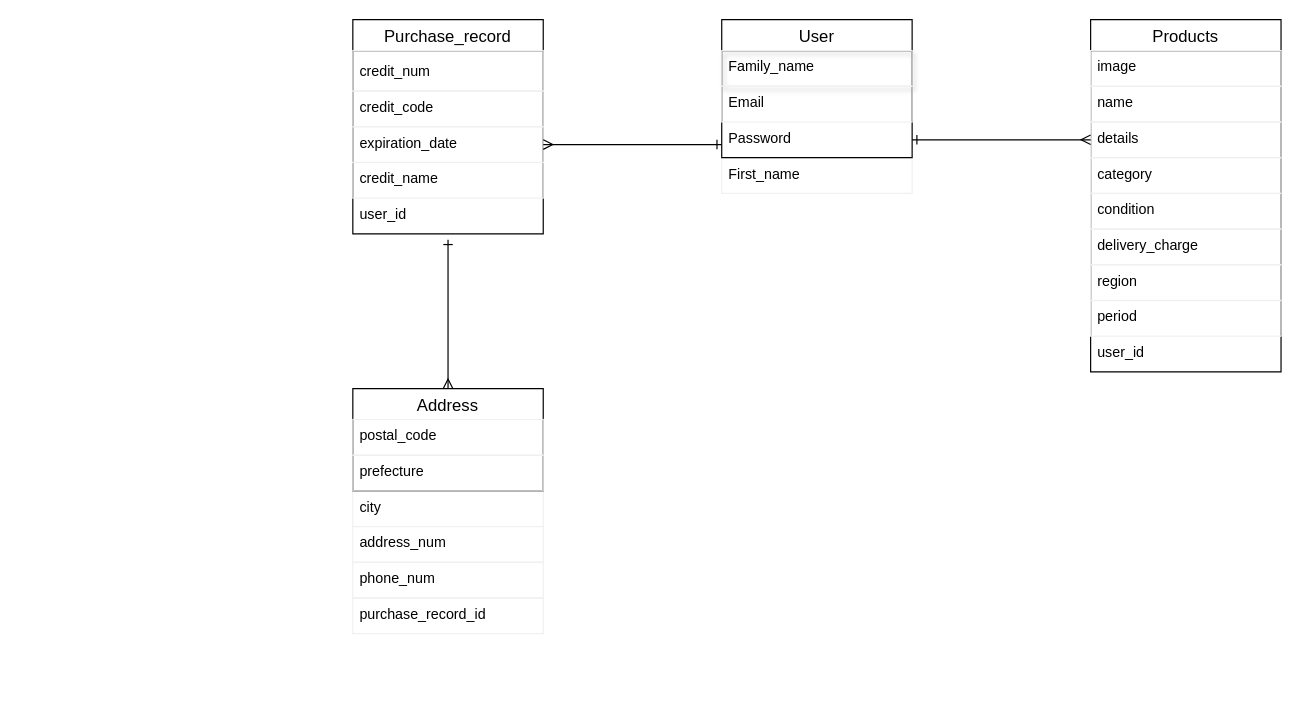
Earlier version of the draw.io diagram furima.dio (class-Kazushi/furima-30616). Source tidied: cells renumbered, new cells numbered last; positions are measured from the earlier drawing's top-left corner, leaving out a move shared by most shapes. Both pictures are drawn from the tidied source at 119%, with x=0, y=0 at pixel (352, 19).
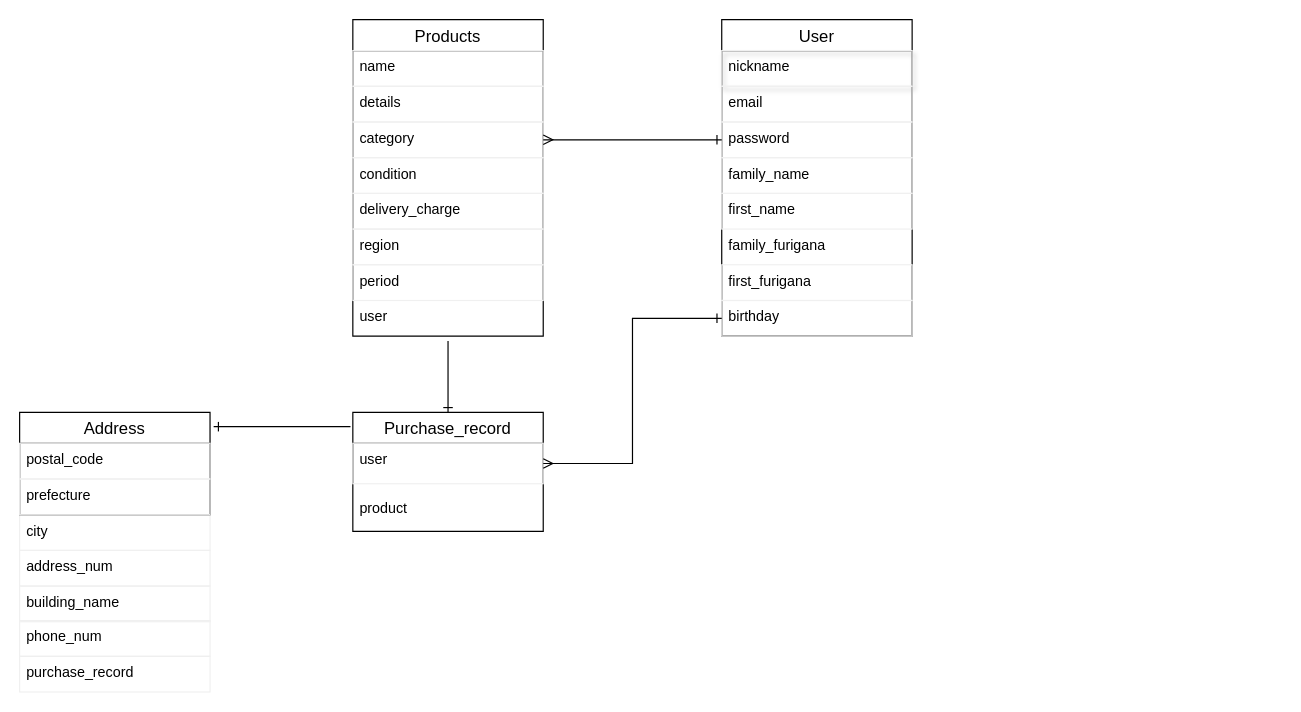
The same diagram, later.

Commit message (it also covers changes not shown here):
ER図、READMEの作成　修正

Change to the diagram source:
```diff
@@
-    <mxCell id="2" value="city" style="text;fillColor=none;spacingLeft=4;spacingRight=4;overflow=hidden;fontSize=12;strokeColor=#f0f0f0;" parent="1" vertex="1">
-      <mxGeometry y="396" width="160" height="30" as="geometry" />
-    </mxCell>
-    <mxCell id="3" value="address_num" style="text;fillColor=none;spacingLeft=4;spacingRight=4;overflow=hidden;fontSize=12;strokeColor=#f0f0f0;" parent="1" vertex="1">
-      <mxGeometry y="426" width="160" height="30" as="geometry" />
-    </mxCell>
-    <mxCell id="4" value="phone_num" style="text;fillColor=none;spacingLeft=4;spacingRight=4;overflow=hidden;fontSize=12;strokeColor=#f0f0f0;" parent="1" vertex="1">
-      <mxGeometry y="456" width="160" height="30" as="geometry" />
-    </mxCell>
-    <mxCell id="5" value="purchase_record_id" style="text;fillColor=none;spacingLeft=4;spacingRight=4;overflow=hidden;fontSize=12;strokeColor=#f0f0f0;" parent="1" vertex="1">
-      <mxGeometry y="486" width="160" height="30" as="geometry" />
-    </mxCell>
-    <mxCell id="6" value="First_name" style="text;fillColor=none;spacingLeft=4;spacingRight=4;overflow=hidden;fontSize=12;strokeColor=#f0f0f0;" parent="1" vertex="1">
-      <mxGeometry x="310" y="116" width="160" height="30" as="geometry" />
-    </mxCell>
-    <mxCell id="7" value="Purchase_record" style="swimlane;fontStyle=0;horizontal=1;startSize=26;align=center;fontSize=14;" parent="1" vertex="1">
-      <mxGeometry width="160" height="180" as="geometry" />
-    </mxCell>
-    <mxCell id="8" value="credit_num" style="text;spacingLeft=4;spacingRight=4;overflow=hidden;fontSize=12;verticalAlign=middle;strokeColor=#f0f0f0;" parent="7" vertex="1">
-      <mxGeometry y="26" width="160" height="34" as="geometry" />
-    </mxCell>
-    <mxCell id="9" value="credit_code" style="text;spacingLeft=4;spacingRight=4;overflow=hidden;fontSize=12;strokeColor=#f0f0f0;" parent="7" vertex="1">
-      <mxGeometry y="60" width="160" height="30" as="geometry" />
-    </mxCell>
-    <mxCell id="10" value="expiration_date" style="text;fillColor=none;spacingLeft=4;spacingRight=4;overflow=hidden;points=[[0,0.5],[1,0.5]];portConstraint=eastwest;fontSize=12;strokeColor=#f0f0f0;" parent="7" vertex="1">
-      <mxGeometry y="90" width="160" height="30" as="geometry" />
-    </mxCell>
-    <mxCell id="11" value="credit_name" style="text;fillColor=none;spacingLeft=4;spacingRight=4;overflow=hidden;fontSize=12;strokeColor=#f0f0f0;" parent="7" vertex="1">
-      <mxGeometry y="120" width="160" height="30" as="geometry" />
-    </mxCell>
-    <mxCell id="12" value="user_id" style="text;strokeColor=none;fillColor=none;spacingLeft=4;spacingRight=4;overflow=hidden;points=[[0,0.5],[1,0.5]];portConstraint=eastwest;fontSize=12;" parent="7" vertex="1">
-      <mxGeometry y="150" width="160" height="30" as="geometry" />
-    </mxCell>
-    <mxCell id="13" style="edgeStyle=elbowEdgeStyle;rounded=0;jettySize=auto;html=1;exitX=0.5;exitY=0;exitDx=0;exitDy=0;entryX=0.5;entryY=1.167;entryDx=0;entryDy=0;entryPerimeter=0;startArrow=ERmany;startFill=0;endArrow=ERone;endFill=0;" parent="1" edge="1" source="14" target="12">
-      <mxGeometry relative="1" as="geometry" />
-    </mxCell>
-    <mxCell id="14" value="Address" style="swimlane;fontStyle=0;horizontal=1;startSize=26;align=center;fontSize=14;" parent="1" vertex="1">
-      <mxGeometry y="310" width="160" height="86" as="geometry" />
-    </mxCell>
-    <mxCell id="15" value="postal_code" style="text;fillColor=none;spacingLeft=4;spacingRight=4;overflow=hidden;fontSize=12;strokeColor=#f0f0f0;" parent="14" vertex="1">
-      <mxGeometry y="26" width="160" height="30" as="geometry" />
-    </mxCell>
-    <mxCell id="16" value="prefecture" style="text;fillColor=none;spacingLeft=4;spacingRight=4;overflow=hidden;fontSize=12;strokeColor=#f0f0f0;" parent="14" vertex="1">
-      <mxGeometry y="56" width="160" height="30" as="geometry" />
-    </mxCell>
-    <mxCell id="17" style="edgeStyle=elbowEdgeStyle;rounded=0;jettySize=auto;html=1;exitX=1;exitY=0.5;exitDx=0;exitDy=0;startArrow=ERmany;startFill=0;endArrow=ERone;endFill=0;" parent="1" edge="1" source="10">
-      <mxGeometry relative="1" as="geometry">
-        <mxPoint x="310" y="105" as="targetPoint" />
-      </mxGeometry>
-    </mxCell>
-    <mxCell id="18" value="User" style="swimlane;fontStyle=0;horizontal=1;startSize=26;align=center;fontSize=14;" parent="1" vertex="1">
-      <mxGeometry x="310" width="160" height="116" as="geometry" />
-    </mxCell>
-    <mxCell id="19" value="Family_name" style="text;fillColor=none;spacingLeft=4;spacingRight=4;overflow=hidden;fontSize=12;shadow=1;labelBorderColor=none;strokeColor=#f0f0f0;" parent="18" vertex="1">
-      <mxGeometry y="26" width="160" height="30" as="geometry" />
-    </mxCell>
-    <mxCell id="20" value="Email" style="text;fillColor=none;spacingLeft=4;spacingRight=4;overflow=hidden;fontSize=12;strokeColor=#f0f0f0;" parent="18" vertex="1">
-      <mxGeometry y="56" width="160" height="30" as="geometry" />
-    </mxCell>
-    <mxCell id="21" value="Password" style="text;strokeColor=none;fillColor=none;spacingLeft=4;spacingRight=4;overflow=hidden;points=[[0,0.5],[1,0.5]];portConstraint=eastwest;fontSize=12;" parent="18" vertex="1">
-      <mxGeometry y="86" width="160" height="30" as="geometry" />
-    </mxCell>
     <mxCell id="22" value="Products" style="swimlane;fontStyle=0;horizontal=1;startSize=26;align=center;fontSize=14;" parent="1" vertex="1">
-      <mxGeometry x="620" width="160" height="296" as="geometry" />
+      <mxGeometry width="160" height="266" as="geometry" />
     </mxCell>
-    <mxCell id="23" value="image" style="text;fillColor=none;spacingLeft=4;spacingRight=4;overflow=hidden;fontSize=12;strokeColor=#f0f0f0;" parent="22" vertex="1">
-      <mxGeometry y="26" width="160" height="30" as="geometry" />
-    </mxCell>
     <mxCell id="24" value="name" style="text;fillColor=none;spacingLeft=4;spacingRight=4;overflow=hidden;fontSize=12;strokeColor=#f0f0f0;" parent="22" vertex="1">
-      <mxGeometry y="56" width="160" height="30" as="geometry" />
+      <mxGeometry y="26" width="160" height="30" as="geometry" />
     </mxCell>
     <mxCell id="25" value="details" style="text;fillColor=none;spacingLeft=4;spacingRight=4;overflow=hidden;points=[[0,0.5],[1,0.5]];portConstraint=eastwest;fontSize=12;strokeColor=#f0f0f0;" parent="22" vertex="1">
-      <mxGeometry y="86" width="160" height="30" as="geometry" />
+      <mxGeometry y="56" width="160" height="30" as="geometry" />
     </mxCell>
     <mxCell id="26" value="category" style="text;fillColor=none;spacingLeft=4;spacingRight=4;overflow=hidden;points=[[0,0.5],[1,0.5]];portConstraint=eastwest;fontSize=12;strokeColor=#f0f0f0;" parent="22" vertex="1">
-      <mxGeometry y="116" width="160" height="30" as="geometry" />
+      <mxGeometry y="86" width="160" height="30" as="geometry" />
     </mxCell>
     <mxCell id="27" value="condition" style="text;fillColor=none;spacingLeft=4;spacingRight=4;overflow=hidden;fontSize=12;strokeColor=#f0f0f0;" parent="22" vertex="1">
-      <mxGeometry y="146" width="160" height="30" as="geometry" />
+      <mxGeometry y="116" width="160" height="30" as="geometry" />
     </mxCell>
     <mxCell id="28" value="delivery_charge" style="text;fillColor=none;spacingLeft=4;spacingRight=4;overflow=hidden;fontSize=12;strokeColor=#f0f0f0;" parent="22" vertex="1">
-      <mxGeometry y="176" width="160" height="30" as="geometry" />
+      <mxGeometry y="146" width="160" height="30" as="geometry" />
     </mxCell>
     <mxCell id="29" value="region" style="text;fillColor=none;spacingLeft=4;spacingRight=4;overflow=hidden;fontSize=12;strokeColor=#f0f0f0;" parent="22" vertex="1">
-      <mxGeometry y="206" width="160" height="30" as="geometry" />
+      <mxGeometry y="176" width="160" height="30" as="geometry" />
     </mxCell>
     <mxCell id="30" value="period" style="text;fillColor=none;spacingLeft=4;spacingRight=4;overflow=hidden;fontSize=12;strokeColor=#f0f0f0;" parent="22" vertex="1">
-      <mxGeometry y="236" width="160" height="30" as="geometry" />
+      <mxGeometry y="206" width="160" height="30" as="geometry" />
     </mxCell>
-    <mxCell id="31" value="user_id" style="text;strokeColor=none;fillColor=none;spacingLeft=4;spacingRight=4;overflow=hidden;fontSize=12;" parent="22" vertex="1">
-      <mxGeometry y="266" width="160" height="30" as="geometry" />
+    <mxCell id="31" value="user" style="text;strokeColor=none;fillColor=none;spacingLeft=4;spacingRight=4;overflow=hidden;fontSize=12;" parent="22" vertex="1">
+      <mxGeometry y="236" width="160" height="30" as="geometry" />
     </mxCell>
-    <mxCell id="32" style="edgeStyle=elbowEdgeStyle;rounded=0;jettySize=auto;html=1;exitX=1;exitY=0.5;exitDx=0;exitDy=0;entryX=0;entryY=0.5;entryDx=0;entryDy=0;startArrow=ERone;startFill=0;endArrow=ERmany;endFill=0;" parent="1" edge="1" source="21" target="25">
-      <mxGeometry relative="1" as="geometry" />
-    </mxCell>
+    <mxCell id="2" value="city" style="text;fillColor=none;spacingLeft=4;spacingRight=4;overflow=hidden;fontSize=12;strokeColor=#f0f0f0;" parent="1" vertex="1">
+      <mxGeometry x="-280" y="416" width="160" height="30" as="geometry" />
+    </mxCell>
+    <mxCell id="3" value="address_num" style="text;fillColor=none;spacingLeft=4;spacingRight=4;overflow=hidden;fontSize=12;strokeColor=#f0f0f0;" parent="1" vertex="1">
+      <mxGeometry x="-280" y="446" width="160" height="30" as="geometry" />
+    </mxCell>
+    <mxCell id="4" value="phone_num" style="text;fillColor=none;spacingLeft=4;spacingRight=4;overflow=hidden;fontSize=12;strokeColor=#f0f0f0;" parent="1" vertex="1">
+      <mxGeometry x="-280" y="505" width="160" height="30" as="geometry" />
+    </mxCell>
+    <mxCell id="5" value="purchase_record" style="text;fillColor=none;spacingLeft=4;spacingRight=4;overflow=hidden;fontSize=12;strokeColor=#f0f0f0;" parent="1" vertex="1">
+      <mxGeometry x="-280" y="535" width="160" height="30" as="geometry" />
+    </mxCell>
+    <mxCell id="18" value="User" style="swimlane;fontStyle=0;horizontal=1;startSize=26;align=center;fontSize=14;" parent="1" vertex="1">
+      <mxGeometry x="310" width="160" height="266" as="geometry" />
+    </mxCell>
+    <mxCell id="19" value="nickname" style="text;fillColor=none;spacingLeft=4;spacingRight=4;overflow=hidden;fontSize=12;shadow=1;labelBorderColor=none;strokeColor=#f0f0f0;" parent="18" vertex="1">
+      <mxGeometry y="26" width="160" height="30" as="geometry" />
+    </mxCell>
+    <mxCell id="20" value="email" style="text;fillColor=none;spacingLeft=4;spacingRight=4;overflow=hidden;fontSize=12;strokeColor=#f0f0f0;" parent="18" vertex="1">
+      <mxGeometry y="56" width="160" height="30" as="geometry" />
+    </mxCell>
+    <mxCell id="21" value="password" style="text;fillColor=none;spacingLeft=4;spacingRight=4;overflow=hidden;points=[[0,0.5],[1,0.5]];portConstraint=eastwest;fontSize=12;strokeColor=#f0f0f0;" parent="18" vertex="1">
+      <mxGeometry y="86" width="160" height="30" as="geometry" />
+    </mxCell>
+    <mxCell id="33" value="family_name" style="text;fillColor=none;spacingLeft=4;spacingRight=4;overflow=hidden;fontSize=12;strokeColor=#f0f0f0;" parent="18" vertex="1">
+      <mxGeometry y="116" width="160" height="30" as="geometry" />
+    </mxCell>
+    <mxCell id="6" value="first_name" style="text;fillColor=none;spacingLeft=4;spacingRight=4;overflow=hidden;fontSize=12;strokeColor=#f0f0f0;" parent="18" vertex="1">
+      <mxGeometry y="146" width="160" height="30" as="geometry" />
+    </mxCell>
+    <mxCell id="34" value="family_furigana" style="text;strokeColor=none;fillColor=none;spacingLeft=4;spacingRight=4;overflow=hidden;fontSize=12;" parent="18" vertex="1">
+      <mxGeometry y="176" width="160" height="30" as="geometry" />
+    </mxCell>
+    <mxCell id="35" value="first_furigana" style="text;fillColor=none;spacingLeft=4;spacingRight=4;overflow=hidden;fontSize=12;strokeColor=#f0f0f0;" parent="18" vertex="1">
+      <mxGeometry y="206" width="160" height="30" as="geometry" />
+    </mxCell>
+    <mxCell id="36" value="birthday" style="text;fillColor=none;spacingLeft=4;spacingRight=4;overflow=hidden;points=[[0,0.5],[1,0.5]];portConstraint=eastwest;fontSize=12;strokeColor=#f0f0f0;" parent="18" vertex="1">
+      <mxGeometry y="236" width="160" height="30" as="geometry" />
+    </mxCell>
+    <mxCell id="37" style="edgeStyle=elbowEdgeStyle;rounded=0;jettySize=auto;elbow=vertical;html=1;exitX=0.5;exitY=0;exitDx=0;exitDy=0;startArrow=ERone;startFill=0;endArrow=none;endFill=0;" parent="1" edge="1" source="7">
+      <mxGeometry relative="1" as="geometry">
+        <mxPoint x="80" y="270" as="targetPoint" />
+      </mxGeometry>
+    </mxCell>
+    <mxCell id="7" value="Purchase_record" style="swimlane;fontStyle=0;horizontal=1;startSize=26;align=center;fontSize=14;" parent="1" vertex="1">
+      <mxGeometry y="330" width="160" height="100" as="geometry" />
+    </mxCell>
+    <mxCell id="12" value="user" style="text;fillColor=none;spacingLeft=4;spacingRight=4;overflow=hidden;points=[[0,0.5],[1,0.5]];portConstraint=eastwest;fontSize=12;strokeColor=#f0f0f0;" parent="7" vertex="1">
+      <mxGeometry y="26" width="160" height="34" as="geometry" />
+    </mxCell>
+    <mxCell id="38" value="product" style="text;strokeColor=none;fillColor=none;spacingLeft=4;spacingRight=4;overflow=hidden;fontSize=12;align=left;verticalAlign=middle;" parent="7" vertex="1">
+      <mxGeometry y="60" width="160" height="40" as="geometry" />
+    </mxCell>
+    <mxCell id="39" style="edgeStyle=elbowEdgeStyle;rounded=0;jettySize=auto;elbow=vertical;html=1;exitX=0;exitY=0.5;exitDx=0;exitDy=0;entryX=1;entryY=0.5;entryDx=0;entryDy=0;startArrow=ERone;startFill=0;endArrow=ERmany;endFill=0;" parent="1" edge="1" source="21" target="26">
+      <mxGeometry relative="1" as="geometry" />
+    </mxCell>
+    <mxCell id="40" style="edgeStyle=elbowEdgeStyle;rounded=0;jettySize=auto;html=1;exitX=1;exitY=0.5;exitDx=0;exitDy=0;startArrow=ERmany;startFill=0;endArrow=ERone;endFill=0;" parent="1" edge="1" source="12" target="36">
+      <mxGeometry relative="1" as="geometry" />
+    </mxCell>
+    <mxCell id="41" value="building_name" style="text;fillColor=none;spacingLeft=4;spacingRight=4;overflow=hidden;fontSize=12;strokeColor=#f0f0f0;" parent="1" vertex="1">
+      <mxGeometry x="-280" y="476" width="160" height="30" as="geometry" />
+    </mxCell>
+    <mxCell id="42" style="edgeStyle=elbowEdgeStyle;rounded=0;jettySize=auto;html=1;entryX=1.019;entryY=0.14;entryDx=0;entryDy=0;entryPerimeter=0;startArrow=none;startFill=0;endArrow=ERone;endFill=0;" parent="1" edge="1" target="14">
+      <mxGeometry relative="1" as="geometry">
+        <mxPoint x="-2" y="342" as="sourcePoint" />
+        <Array as="points">
+          <mxPoint x="-20" y="350" />
+        </Array>
+      </mxGeometry>
+    </mxCell>
+    <mxCell id="14" value="Address" style="swimlane;fontStyle=0;horizontal=1;startSize=26;align=center;fontSize=14;" parent="1" vertex="1">
+      <mxGeometry x="-280" y="330" width="160" height="86" as="geometry" />
+    </mxCell>
+    <mxCell id="15" value="postal_code" style="text;fillColor=none;spacingLeft=4;spacingRight=4;overflow=hidden;fontSize=12;strokeColor=#f0f0f0;" parent="14" vertex="1">
+      <mxGeometry y="26" width="160" height="30" as="geometry" />
+    </mxCell>
+    <mxCell id="16" value="prefecture" style="text;fillColor=none;spacingLeft=4;spacingRight=4;overflow=hidden;fontSize=12;strokeColor=#f0f0f0;" parent="14" vertex="1">
+      <mxGeometry y="56" width="160" height="30" as="geometry" />
+    </mxCell>
```
